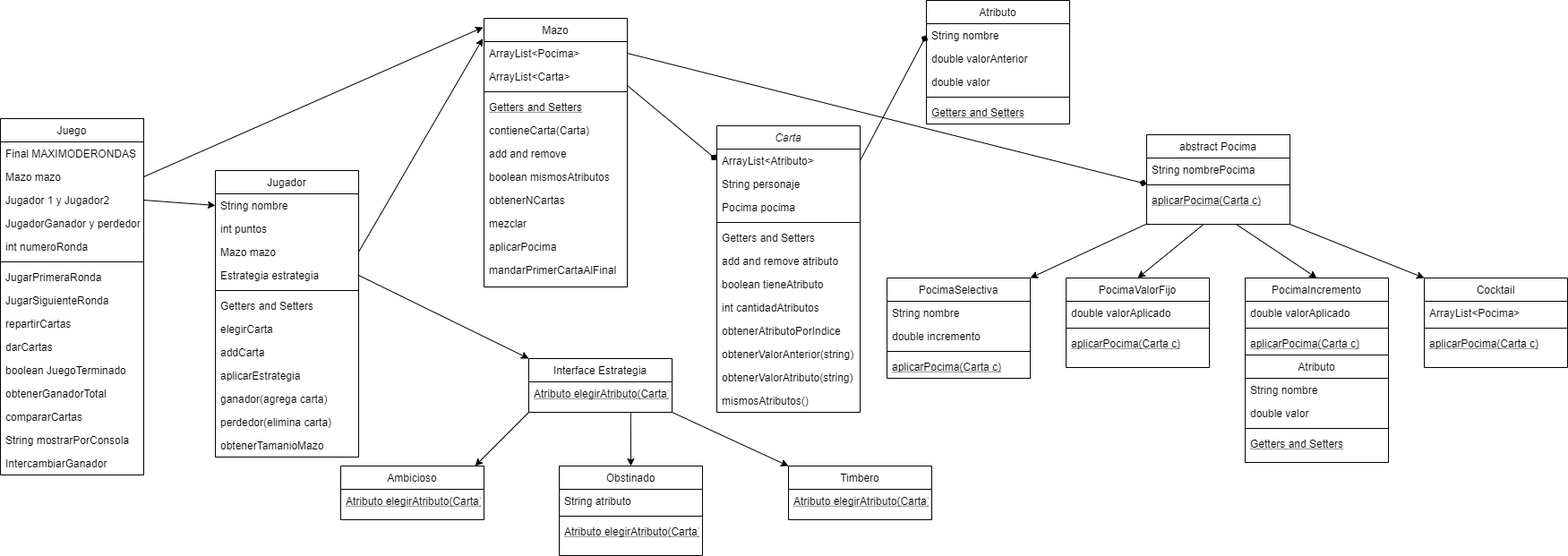
The draw.io diagram Diagrama.png in SolKain/tpe-prog-2, before a commit. Source tidied: cells renumbered, new cells last; positions are measured from the earlier drawing's top-left corner, leaving out a move shared by most shapes.
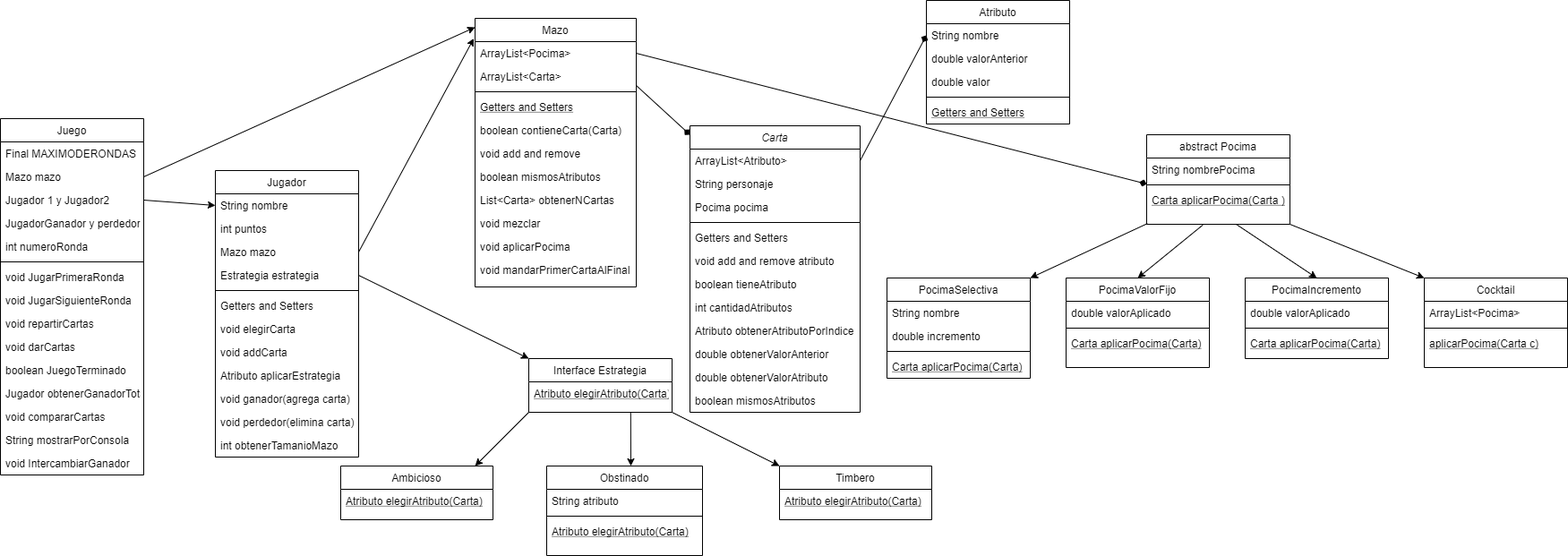
After the change.

Commit message:
agregue diagrama bien hecho

The edit, as a diff of the source:
```diff
@@ -25,12 +25,12 @@
     </mxCell>
-    <mxCell id="9" value="JugarPrimeraRonda" style="text;align=left;verticalAlign=top;spacingLeft=4;spacingRight=4;overflow=hidden;" parent="2" vertex="1">
+    <mxCell id="9" value="void JugarPrimeraRonda" style="text;align=left;verticalAlign=top;spacingLeft=4;spacingRight=4;overflow=hidden;" parent="2" vertex="1">
       <mxGeometry y="164" width="160" height="26" as="geometry" />
     </mxCell>
-    <mxCell id="10" value="JugarSiguienteRonda" style="text;align=left;verticalAlign=top;spacingLeft=4;spacingRight=4;overflow=hidden;" parent="2" vertex="1">
+    <mxCell id="10" value="void JugarSiguienteRonda" style="text;align=left;verticalAlign=top;spacingLeft=4;spacingRight=4;overflow=hidden;" parent="2" vertex="1">
       <mxGeometry y="190" width="160" height="26" as="geometry" />
     </mxCell>
-    <mxCell id="11" value="repartirCartas" style="text;align=left;verticalAlign=top;spacingLeft=4;spacingRight=4;overflow=hidden;" parent="2" vertex="1">
+    <mxCell id="11" value="void repartirCartas" style="text;align=left;verticalAlign=top;spacingLeft=4;spacingRight=4;overflow=hidden;" parent="2" vertex="1">
       <mxGeometry y="216" width="160" height="26" as="geometry" />
     </mxCell>
-    <mxCell id="12" value="darCartas" style="text;align=left;verticalAlign=top;spacingLeft=4;spacingRight=4;overflow=hidden;" parent="2" vertex="1">
+    <mxCell id="12" value="void darCartas" style="text;align=left;verticalAlign=top;spacingLeft=4;spacingRight=4;overflow=hidden;" parent="2" vertex="1">
       <mxGeometry y="242" width="160" height="26" as="geometry" />
@@ -40,6 +40,6 @@
     </mxCell>
-    <mxCell id="14" value="obtenerGanadorTotal" style="text;align=left;verticalAlign=top;spacingLeft=4;spacingRight=4;overflow=hidden;" parent="2" vertex="1">
+    <mxCell id="14" value="Jugador obtenerGanadorTotal" style="text;align=left;verticalAlign=top;spacingLeft=4;spacingRight=4;overflow=hidden;" parent="2" vertex="1">
       <mxGeometry y="294" width="160" height="26" as="geometry" />
     </mxCell>
-    <mxCell id="15" value="compararCartas" style="text;align=left;verticalAlign=top;spacingLeft=4;spacingRight=4;overflow=hidden;" parent="2" vertex="1">
+    <mxCell id="15" value="void compararCartas" style="text;align=left;verticalAlign=top;spacingLeft=4;spacingRight=4;overflow=hidden;" parent="2" vertex="1">
       <mxGeometry y="320" width="160" height="26" as="geometry" />
@@ -49,3 +49,3 @@
     </mxCell>
-    <mxCell id="17" value="IntercambiarGanador" style="text;align=left;verticalAlign=top;spacingLeft=4;spacingRight=4;overflow=hidden;" parent="2" vertex="1">
+    <mxCell id="17" value="void IntercambiarGanador" style="text;align=left;verticalAlign=top;spacingLeft=4;spacingRight=4;overflow=hidden;" parent="2" vertex="1">
       <mxGeometry y="372" width="160" height="26" as="geometry" />
@@ -73,18 +73,18 @@
     </mxCell>
-    <mxCell id="25" value="elegirCarta" style="text;align=left;verticalAlign=top;spacingLeft=4;spacingRight=4;overflow=hidden;" parent="18" vertex="1">
+    <mxCell id="25" value="void elegirCarta" style="text;align=left;verticalAlign=top;spacingLeft=4;spacingRight=4;overflow=hidden;" parent="18" vertex="1">
       <mxGeometry y="164" width="160" height="26" as="geometry" />
     </mxCell>
-    <mxCell id="26" value="addCarta" style="text;align=left;verticalAlign=top;spacingLeft=4;spacingRight=4;overflow=hidden;" parent="18" vertex="1">
+    <mxCell id="26" value="void addCarta" style="text;align=left;verticalAlign=top;spacingLeft=4;spacingRight=4;overflow=hidden;" parent="18" vertex="1">
       <mxGeometry y="190" width="160" height="26" as="geometry" />
     </mxCell>
-    <mxCell id="27" value="aplicarEstrategia" style="text;align=left;verticalAlign=top;spacingLeft=4;spacingRight=4;overflow=hidden;" parent="18" vertex="1">
+    <mxCell id="27" value="Atributo aplicarEstrategia" style="text;align=left;verticalAlign=top;spacingLeft=4;spacingRight=4;overflow=hidden;" parent="18" vertex="1">
       <mxGeometry y="216" width="160" height="26" as="geometry" />
     </mxCell>
-    <mxCell id="28" value="ganador(agrega carta)" style="text;align=left;verticalAlign=top;spacingLeft=4;spacingRight=4;overflow=hidden;" parent="18" vertex="1">
+    <mxCell id="28" value="void ganador(agrega carta)" style="text;align=left;verticalAlign=top;spacingLeft=4;spacingRight=4;overflow=hidden;" parent="18" vertex="1">
       <mxGeometry y="242" width="160" height="26" as="geometry" />
     </mxCell>
-    <mxCell id="29" value="perdedor(elimina carta)" style="text;align=left;verticalAlign=top;spacingLeft=4;spacingRight=4;overflow=hidden;" parent="18" vertex="1">
+    <mxCell id="29" value="void perdedor(elimina carta)" style="text;align=left;verticalAlign=top;spacingLeft=4;spacingRight=4;overflow=hidden;" parent="18" vertex="1">
       <mxGeometry y="268" width="160" height="26" as="geometry" />
     </mxCell>
-    <mxCell id="30" value="obtenerTamanioMazo" style="text;align=left;verticalAlign=top;spacingLeft=4;spacingRight=4;overflow=hidden;" parent="18" vertex="1">
+    <mxCell id="30" value="int obtenerTamanioMazo" style="text;align=left;verticalAlign=top;spacingLeft=4;spacingRight=4;overflow=hidden;" parent="18" vertex="1">
       <mxGeometry y="294" width="160" height="26" as="geometry" />
@@ -92,75 +92,75 @@
     <mxCell id="31" value="Carta" style="swimlane;fontStyle=2;align=center;verticalAlign=top;horizontal=1;startSize=26;rounded=0;shadow=0;strokeWidth=1;" parent="1" vertex="1">
-      <mxGeometry x="800" y="140" width="160" height="320" as="geometry" />
+      <mxGeometry x="770" y="140" width="190" height="320" as="geometry" />
     </mxCell>
     <mxCell id="32" value="ArrayList&lt;Atributo&gt;" style="text;align=left;verticalAlign=top;spacingLeft=4;spacingRight=4;overflow=hidden;points=[[0,0.5],[1,0.5]];portConstraint=eastwest;" parent="31" vertex="1">
-      <mxGeometry y="26" width="160" height="26" as="geometry" />
+      <mxGeometry y="26" width="190" height="26" as="geometry" />
     </mxCell>
     <mxCell id="33" value="String personaje" style="text;align=left;verticalAlign=top;spacingLeft=4;spacingRight=4;overflow=hidden;rounded=0;shadow=0;html=0;" parent="31" vertex="1">
-      <mxGeometry y="52" width="160" height="26" as="geometry" />
+      <mxGeometry y="52" width="190" height="26" as="geometry" />
     </mxCell>
     <mxCell id="34" value="Pocima pocima" style="text;align=left;verticalAlign=top;spacingLeft=4;spacingRight=4;overflow=hidden;rounded=0;shadow=0;html=0;" parent="31" vertex="1">
-      <mxGeometry y="78" width="160" height="26" as="geometry" />
+      <mxGeometry y="78" width="190" height="26" as="geometry" />
     </mxCell>
     <mxCell id="35" style="line;html=1;strokeWidth=1;align=left;verticalAlign=middle;spacingTop=-1;spacingLeft=3;spacingRight=3;labelPosition=right;" parent="31" vertex="1">
-      <mxGeometry y="104" width="160" height="8" as="geometry" />
+      <mxGeometry y="104" width="190" height="8" as="geometry" />
     </mxCell>
     <mxCell id="36" value="Getters and Setters" style="text;align=left;verticalAlign=top;spacingLeft=4;spacingRight=4;overflow=hidden;" parent="31" vertex="1">
-      <mxGeometry y="112" width="160" height="26" as="geometry" />
+      <mxGeometry y="112" width="190" height="26" as="geometry" />
     </mxCell>
-    <mxCell id="37" value="add and remove atributo" style="text;align=left;verticalAlign=top;spacingLeft=4;spacingRight=4;overflow=hidden;" parent="31" vertex="1">
-      <mxGeometry y="138" width="160" height="26" as="geometry" />
+    <mxCell id="37" value="void add and remove atributo" style="text;align=left;verticalAlign=top;spacingLeft=4;spacingRight=4;overflow=hidden;" parent="31" vertex="1">
+      <mxGeometry y="138" width="190" height="26" as="geometry" />
     </mxCell>
     <mxCell id="38" value="boolean tieneAtributo" style="text;align=left;verticalAlign=top;spacingLeft=4;spacingRight=4;overflow=hidden;" parent="31" vertex="1">
-      <mxGeometry y="164" width="160" height="26" as="geometry" />
+      <mxGeometry y="164" width="190" height="26" as="geometry" />
     </mxCell>
     <mxCell id="39" value="int cantidadAtributos" style="text;align=left;verticalAlign=top;spacingLeft=4;spacingRight=4;overflow=hidden;" parent="31" vertex="1">
-      <mxGeometry y="190" width="160" height="26" as="geometry" />
+      <mxGeometry y="190" width="190" height="26" as="geometry" />
     </mxCell>
-    <mxCell id="40" value="obtenerAtributoPorIndice" style="text;align=left;verticalAlign=top;spacingLeft=4;spacingRight=4;overflow=hidden;" parent="31" vertex="1">
-      <mxGeometry y="216" width="160" height="26" as="geometry" />
+    <mxCell id="40" value="Atributo obtenerAtributoPorIndice" style="text;align=left;verticalAlign=top;spacingLeft=4;spacingRight=4;overflow=hidden;" parent="31" vertex="1">
+      <mxGeometry y="216" width="190" height="26" as="geometry" />
     </mxCell>
-    <mxCell id="41" value="obtenerValorAnterior(string)" style="text;align=left;verticalAlign=top;spacingLeft=4;spacingRight=4;overflow=hidden;" parent="31" vertex="1">
-      <mxGeometry y="242" width="160" height="26" as="geometry" />
+    <mxCell id="41" value="double obtenerValorAnterior" style="text;align=left;verticalAlign=top;spacingLeft=4;spacingRight=4;overflow=hidden;" parent="31" vertex="1">
+      <mxGeometry y="242" width="190" height="26" as="geometry" />
     </mxCell>
-    <mxCell id="42" value="obtenerValorAtributo(string)" style="text;align=left;verticalAlign=top;spacingLeft=4;spacingRight=4;overflow=hidden;" parent="31" vertex="1">
-      <mxGeometry y="268" width="160" height="26" as="geometry" />
+    <mxCell id="42" value="double obtenerValorAtributo" style="text;align=left;verticalAlign=top;spacingLeft=4;spacingRight=4;overflow=hidden;" parent="31" vertex="1">
+      <mxGeometry y="268" width="190" height="26" as="geometry" />
     </mxCell>
-    <mxCell id="43" value="mismosAtributos()" style="text;align=left;verticalAlign=top;spacingLeft=4;spacingRight=4;overflow=hidden;" parent="31" vertex="1">
-      <mxGeometry y="294" width="160" height="26" as="geometry" />
+    <mxCell id="43" value="boolean mismosAtributos" style="text;align=left;verticalAlign=top;spacingLeft=4;spacingRight=4;overflow=hidden;" parent="31" vertex="1">
+      <mxGeometry y="294" width="190" height="26" as="geometry" />
     </mxCell>
     <mxCell id="44" value="Mazo" style="swimlane;fontStyle=0;align=center;verticalAlign=top;horizontal=1;startSize=26;rounded=0;shadow=0;strokeWidth=1;" parent="1" vertex="1">
-      <mxGeometry x="540" y="20" width="160" height="300" as="geometry" />
+      <mxGeometry x="530" y="20" width="180" height="300" as="geometry" />
     </mxCell>
     <mxCell id="45" value="ArrayList&lt;Pocima&gt;" style="text;align=left;verticalAlign=top;spacingLeft=4;spacingRight=4;overflow=hidden;points=[[0,0.5],[1,0.5]];portConstraint=eastwest;" parent="44" vertex="1">
-      <mxGeometry y="26" width="160" height="26" as="geometry" />
+      <mxGeometry y="26" width="180" height="26" as="geometry" />
     </mxCell>
     <mxCell id="46" value="ArrayList&lt;Carta&gt;" style="text;align=left;verticalAlign=top;spacingLeft=4;spacingRight=4;overflow=hidden;" parent="44" vertex="1">
-      <mxGeometry y="52" width="160" height="26" as="geometry" />
+      <mxGeometry y="52" width="180" height="26" as="geometry" />
     </mxCell>
     <mxCell id="47" style="line;html=1;strokeWidth=1;align=left;verticalAlign=middle;spacingTop=-1;spacingLeft=3;spacingRight=3;labelPosition=right;" parent="44" vertex="1">
-      <mxGeometry y="78" width="160" height="8" as="geometry" />
+      <mxGeometry y="78" width="180" height="8" as="geometry" />
     </mxCell>
     <mxCell id="48" value="Getters and Setters" style="text;align=left;verticalAlign=top;spacingLeft=4;spacingRight=4;overflow=hidden;fontStyle=4;" parent="44" vertex="1">
-      <mxGeometry y="86" width="160" height="26" as="geometry" />
+      <mxGeometry y="86" width="180" height="26" as="geometry" />
     </mxCell>
-    <mxCell id="49" value="contieneCarta(Carta)" style="text;align=left;verticalAlign=top;spacingLeft=4;spacingRight=4;overflow=hidden;" parent="44" vertex="1">
-      <mxGeometry y="112" width="160" height="26" as="geometry" />
+    <mxCell id="49" value="boolean contieneCarta(Carta)" style="text;align=left;verticalAlign=top;spacingLeft=4;spacingRight=4;overflow=hidden;" parent="44" vertex="1">
+      <mxGeometry y="112" width="180" height="26" as="geometry" />
     </mxCell>
-    <mxCell id="50" value="add and remove " style="text;align=left;verticalAlign=top;spacingLeft=4;spacingRight=4;overflow=hidden;" parent="44" vertex="1">
-      <mxGeometry y="138" width="160" height="26" as="geometry" />
+    <mxCell id="50" value="void add and remove " style="text;align=left;verticalAlign=top;spacingLeft=4;spacingRight=4;overflow=hidden;" parent="44" vertex="1">
+      <mxGeometry y="138" width="180" height="26" as="geometry" />
     </mxCell>
     <mxCell id="51" value="boolean mismosAtributos" style="text;align=left;verticalAlign=top;spacingLeft=4;spacingRight=4;overflow=hidden;" parent="44" vertex="1">
-      <mxGeometry y="164" width="160" height="26" as="geometry" />
+      <mxGeometry y="164" width="180" height="26" as="geometry" />
     </mxCell>
-    <mxCell id="52" value="obtenerNCartas" style="text;align=left;verticalAlign=top;spacingLeft=4;spacingRight=4;overflow=hidden;" parent="44" vertex="1">
-      <mxGeometry y="190" width="160" height="26" as="geometry" />
+    <mxCell id="52" value="List&lt;Carta&gt; obtenerNCartas" style="text;align=left;verticalAlign=top;spacingLeft=4;spacingRight=4;overflow=hidden;" parent="44" vertex="1">
+      <mxGeometry y="190" width="180" height="26" as="geometry" />
     </mxCell>
-    <mxCell id="53" value="mezclar" style="text;align=left;verticalAlign=top;spacingLeft=4;spacingRight=4;overflow=hidden;" parent="44" vertex="1">
-      <mxGeometry y="216" width="160" height="26" as="geometry" />
+    <mxCell id="53" value="void mezclar" style="text;align=left;verticalAlign=top;spacingLeft=4;spacingRight=4;overflow=hidden;" parent="44" vertex="1">
+      <mxGeometry y="216" width="180" height="26" as="geometry" />
     </mxCell>
-    <mxCell id="54" value="aplicarPocima" style="text;align=left;verticalAlign=top;spacingLeft=4;spacingRight=4;overflow=hidden;" parent="44" vertex="1">
-      <mxGeometry y="242" width="160" height="26" as="geometry" />
+    <mxCell id="54" value="void aplicarPocima" style="text;align=left;verticalAlign=top;spacingLeft=4;spacingRight=4;overflow=hidden;" parent="44" vertex="1">
+      <mxGeometry y="242" width="180" height="26" as="geometry" />
     </mxCell>
-    <mxCell id="55" value="mandarPrimerCartaAlFinal" style="text;align=left;verticalAlign=top;spacingLeft=4;spacingRight=4;overflow=hidden;" parent="44" vertex="1">
-      <mxGeometry y="268" width="160" height="26" as="geometry" />
+    <mxCell id="55" value="void mandarPrimerCartaAlFinal" style="text;align=left;verticalAlign=top;spacingLeft=4;spacingRight=4;overflow=hidden;" parent="44" vertex="1">
+      <mxGeometry y="268" width="180" height="26" as="geometry" />
     </mxCell>
@@ -178,3 +178,3 @@
     </mxCell>
-    <mxCell id="60" value="aplicarPocima(Carta c)" style="text;align=left;verticalAlign=top;spacingLeft=4;spacingRight=4;overflow=hidden;fontStyle=4;" parent="56" vertex="1">
+    <mxCell id="60" value="Carta aplicarPocima(Carta)" style="text;align=left;verticalAlign=top;spacingLeft=4;spacingRight=4;overflow=hidden;fontStyle=4;" parent="56" vertex="1">
       <mxGeometry y="86" width="160" height="26" as="geometry" />
@@ -190,3 +190,3 @@
     </mxCell>
-    <mxCell id="64" value="aplicarPocima(Carta c)" style="text;align=left;verticalAlign=top;spacingLeft=4;spacingRight=4;overflow=hidden;fontStyle=4;" parent="61" vertex="1">
+    <mxCell id="64" value="Carta aplicarPocima(Carta)" style="text;align=left;verticalAlign=top;spacingLeft=4;spacingRight=4;overflow=hidden;fontStyle=4;" parent="61" vertex="1">
       <mxGeometry y="60" width="160" height="26" as="geometry" />
@@ -194,3 +194,3 @@
     <mxCell id="65" value="PocimaIncremento" style="swimlane;fontStyle=0;align=center;verticalAlign=top;horizontal=1;startSize=26;rounded=0;shadow=0;strokeWidth=1;" parent="1" vertex="1">
-      <mxGeometry x="1390" y="310" width="160" height="206" as="geometry" />
+      <mxGeometry x="1390" y="310" width="160" height="90" as="geometry" />
     </mxCell>
@@ -202,20 +202,5 @@
     </mxCell>
-    <mxCell id="68" value="aplicarPocima(Carta c)" style="text;align=left;verticalAlign=top;spacingLeft=4;spacingRight=4;overflow=hidden;fontStyle=4;" parent="65" vertex="1">
+    <mxCell id="68" value="Carta aplicarPocima(Carta)" style="text;align=left;verticalAlign=top;spacingLeft=4;spacingRight=4;overflow=hidden;fontStyle=4;" parent="65" vertex="1">
       <mxGeometry y="60" width="160" height="26" as="geometry" />
     </mxCell>
-    <mxCell id="69" value="Atributo" style="swimlane;fontStyle=0;align=center;verticalAlign=top;horizontal=1;startSize=26;rounded=0;shadow=0;strokeWidth=1;" parent="65" vertex="1">
-      <mxGeometry y="86" width="160" height="120" as="geometry" />
-    </mxCell>
-    <mxCell id="70" value="String nombre" style="text;align=left;verticalAlign=top;spacingLeft=4;spacingRight=4;overflow=hidden;" parent="69" vertex="1">
-      <mxGeometry y="26" width="160" height="26" as="geometry" />
-    </mxCell>
-    <mxCell id="71" value="double valor" style="text;align=left;verticalAlign=top;spacingLeft=4;spacingRight=4;overflow=hidden;rounded=0;shadow=0;html=0;" parent="69" vertex="1">
-      <mxGeometry y="52" width="160" height="26" as="geometry" />
-    </mxCell>
-    <mxCell id="72" style="line;html=1;strokeWidth=1;align=left;verticalAlign=middle;spacingTop=-1;spacingLeft=3;spacingRight=3;labelPosition=right;" parent="69" vertex="1">
-      <mxGeometry y="78" width="160" height="8" as="geometry" />
-    </mxCell>
-    <mxCell id="73" value="Getters and Setters" style="text;align=left;verticalAlign=top;spacingLeft=4;spacingRight=4;overflow=hidden;fontStyle=4;" parent="69" vertex="1">
-      <mxGeometry y="86" width="160" height="26" as="geometry" />
-    </mxCell>
     <mxCell id="74" value="Cocktail" style="swimlane;fontStyle=0;align=center;verticalAlign=top;horizontal=1;startSize=26;rounded=0;shadow=0;strokeWidth=1;" parent="1" vertex="1">
@@ -275,12 +260,12 @@
     <mxCell id="87" value="Ambicioso" style="swimlane;fontStyle=0;align=center;verticalAlign=top;horizontal=1;startSize=26;rounded=0;shadow=0;strokeWidth=1;" parent="1" vertex="1">
-      <mxGeometry x="380" y="520" width="160" height="60" as="geometry" />
+      <mxGeometry x="380" y="520" width="170" height="60" as="geometry" />
     </mxCell>
     <mxCell id="88" value="Atributo elegirAtributo(Carta)" style="text;align=left;verticalAlign=top;spacingLeft=4;spacingRight=4;overflow=hidden;fontStyle=4;" parent="87" vertex="1">
-      <mxGeometry y="26" width="160" height="26" as="geometry" />
+      <mxGeometry y="26" width="170" height="26" as="geometry" />
     </mxCell>
     <mxCell id="89" value="Timbero" style="swimlane;fontStyle=0;align=center;verticalAlign=top;horizontal=1;startSize=26;rounded=0;shadow=0;strokeWidth=1;" parent="1" vertex="1">
-      <mxGeometry x="880" y="520" width="160" height="60" as="geometry" />
+      <mxGeometry x="870" y="520" width="170" height="60" as="geometry" />
     </mxCell>
     <mxCell id="90" value="Atributo elegirAtributo(Carta)" style="text;align=left;verticalAlign=top;spacingLeft=4;spacingRight=4;overflow=hidden;fontStyle=4;" parent="89" vertex="1">
-      <mxGeometry y="26" width="160" height="26" as="geometry" />
+      <mxGeometry y="26" width="170" height="26" as="geometry" />
     </mxCell>
@@ -291,3 +276,3 @@
       <mxGeometry relative="1" as="geometry">
-        <mxPoint x="539" y="30" as="targetPoint" />
+        <mxPoint x="530" y="30" as="targetPoint" />
       </mxGeometry>
@@ -299,3 +284,3 @@
       <mxGeometry relative="1" as="geometry">
-        <mxPoint x="800" y="178" as="targetPoint" />
+        <mxPoint x="770" y="150" as="targetPoint" />
       </mxGeometry>
@@ -340,3 +325,3 @@
     </mxCell>
-    <mxCell id="107" value="aplicarPocima(Carta c)" style="text;align=left;verticalAlign=top;spacingLeft=4;spacingRight=4;overflow=hidden;fontStyle=4;" parent="104" vertex="1">
+    <mxCell id="107" value="Carta aplicarPocima(Carta )" style="text;align=left;verticalAlign=top;spacingLeft=4;spacingRight=4;overflow=hidden;fontStyle=4;" parent="104" vertex="1">
       <mxGeometry y="60" width="160" height="26" as="geometry" />
@@ -344,12 +329,12 @@
     <mxCell id="108" value="Obstinado" style="swimlane;fontStyle=0;align=center;verticalAlign=top;horizontal=1;startSize=26;rounded=0;shadow=0;strokeWidth=1;" parent="1" vertex="1">
-      <mxGeometry x="624" y="520" width="160" height="100" as="geometry" />
+      <mxGeometry x="610" y="520" width="174" height="100" as="geometry" />
     </mxCell>
     <mxCell id="109" value="String atributo" style="text;align=left;verticalAlign=top;spacingLeft=4;spacingRight=4;overflow=hidden;" parent="108" vertex="1">
-      <mxGeometry y="26" width="160" height="26" as="geometry" />
+      <mxGeometry y="26" width="174" height="26" as="geometry" />
     </mxCell>
     <mxCell id="110" style="line;html=1;strokeWidth=1;align=left;verticalAlign=middle;spacingTop=-1;spacingLeft=3;spacingRight=3;labelPosition=right;" parent="108" vertex="1">
-      <mxGeometry y="52" width="160" height="8" as="geometry" />
+      <mxGeometry y="52" width="174" height="8" as="geometry" />
     </mxCell>
     <mxCell id="111" value="Atributo elegirAtributo(Carta)" style="text;align=left;verticalAlign=top;spacingLeft=4;spacingRight=4;overflow=hidden;fontStyle=4;" parent="108" vertex="1">
-      <mxGeometry y="60" width="160" height="26" as="geometry" />
+      <mxGeometry y="60" width="174" height="26" as="geometry" />
     </mxCell>
```
